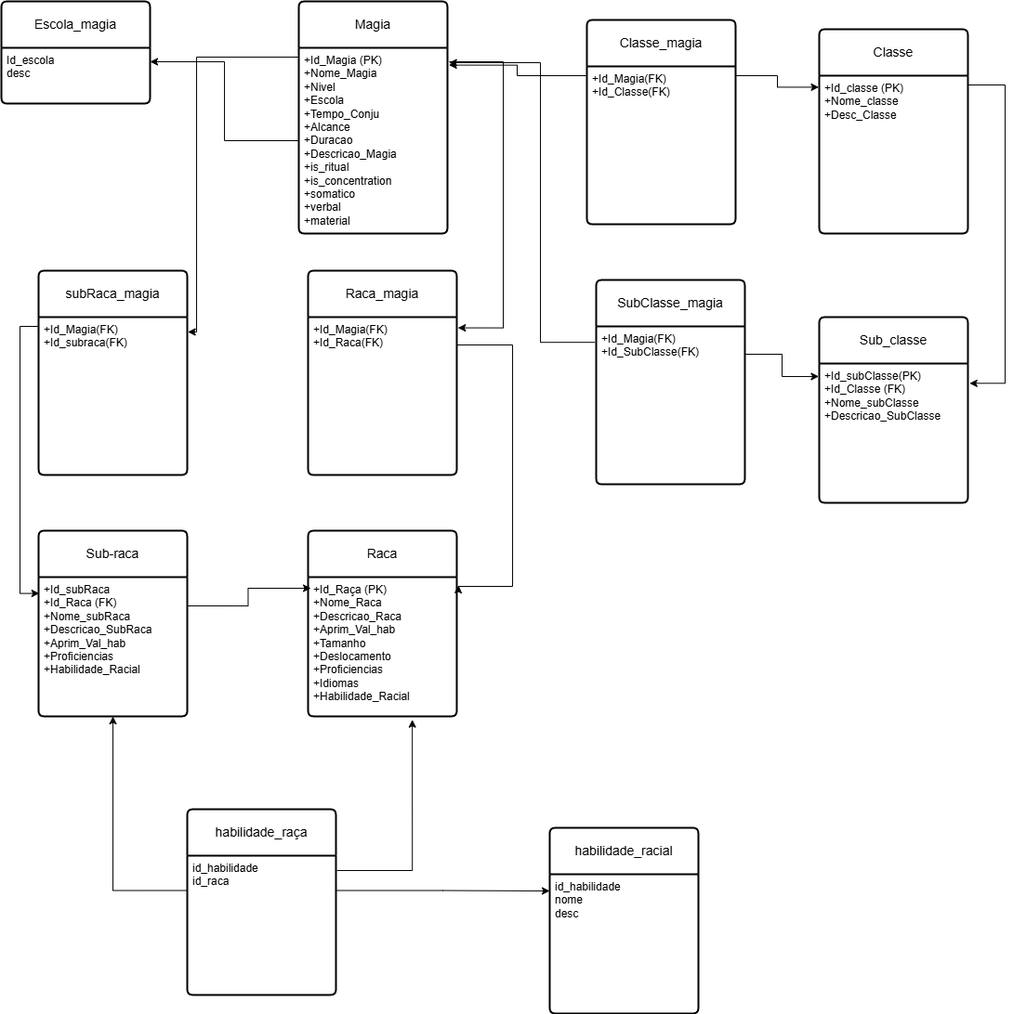
Above: Projeto/magias.drawio.png in VitorFonseca123/DnD-RPG (draw.io), before the change. Source tidied: cells renumbered, new cells last; positions are measured from the earlier drawing's top-left corner, leaving out a move shared by most shapes. Source of this version:
```xml
<mxGraphModel>
  <root>
    <mxCell id="0" />
    <mxCell id="1" parent="0" />
    <mxCell id="2" value="Magia" style="swimlane;horizontal=1;startSize=50;rounded=1;fontSize=14;fontStyle=0;strokeWidth=2;shadow=0;dashed=0;align=center;arcSize=4;whiteSpace=wrap;html=1;" parent="1" vertex="1">
      <mxGeometry x="320" width="160" height="250" as="geometry" />
    </mxCell>
    <mxCell id="3" value="+Id_Magia (PK)&lt;br&gt;+Nome_Magia&lt;div&gt;+Nivel&lt;/div&gt;&lt;div&gt;+Escola&lt;/div&gt;&lt;div&gt;+Tempo_Conju&amp;nbsp;&lt;div&gt;+Alcance&lt;/div&gt;&lt;div&gt;+Duracao&lt;/div&gt;&lt;div&gt;+Descricao_Magia&lt;/div&gt;&lt;/div&gt;&lt;div&gt;+is_ritual&lt;/div&gt;&lt;div&gt;+is_concentration&lt;/div&gt;&lt;div&gt;+somatico&lt;/div&gt;&lt;div&gt;+verbal&lt;/div&gt;&lt;div&gt;+material&lt;/div&gt;" style="align=left;strokeColor=none;fillColor=none;spacingLeft=4;spacingRight=4;fontSize=12;verticalAlign=top;html=1;whiteSpace=wrap;" parent="2" vertex="1">
      <mxGeometry y="50" width="160" height="200" as="geometry" />
    </mxCell>
    <mxCell id="4" value="Raca" style="swimlane;horizontal=1;startSize=50;rounded=1;fontSize=14;fontStyle=0;strokeWidth=2;shadow=0;dashed=0;align=center;arcSize=4;whiteSpace=wrap;html=1;rotation=0;" parent="1" vertex="1">
      <mxGeometry x="330" y="570" width="160" height="200" as="geometry" />
    </mxCell>
    <mxCell id="5" value="+Id_Raça (PK)&lt;br&gt;+Nome_Raca&lt;br&gt;&lt;div&gt;+Descricao_Raca&lt;br&gt;+Aprim_Val_hab&lt;div&gt;+Tamanho&lt;/div&gt;&lt;div&gt;+Deslocamento&lt;/div&gt;&lt;div&gt;+Proficiencias&lt;/div&gt;&lt;/div&gt;&lt;div&gt;+Idiomas&lt;/div&gt;&lt;div&gt;+Habilidade_Racial&lt;/div&gt;" style="align=left;strokeColor=none;fillColor=none;spacingLeft=4;spacingRight=4;fontSize=12;verticalAlign=top;html=1;whiteSpace=wrap;rotation=0;" parent="4" vertex="1">
      <mxGeometry y="50" width="160" height="150" as="geometry" />
    </mxCell>
    <mxCell id="6" value="Sub-raca" style="swimlane;horizontal=1;startSize=50;rounded=1;fontSize=14;fontStyle=0;strokeWidth=2;shadow=0;dashed=0;align=center;arcSize=4;whiteSpace=wrap;html=1;rotation=0;" parent="1" vertex="1">
      <mxGeometry x="40" y="570" width="160" height="200" as="geometry" />
    </mxCell>
    <mxCell id="7" value="+Id_subRaca&lt;div&gt;+Id_Raca (FK)&lt;br&gt;&lt;div&gt;+Nome_subRaca&lt;br&gt;+Descricao_SubRaca&lt;br&gt;+&lt;span style=&quot;background-color: transparent; color: light-dark(rgb(0, 0, 0), rgb(255, 255, 255));&quot;&gt;Aprim_Val_hab&lt;/span&gt;&lt;/div&gt;&lt;div&gt;&lt;span style=&quot;background-color: transparent; color: light-dark(rgb(0, 0, 0), rgb(255, 255, 255));&quot;&gt;+Proficiencias&lt;/span&gt;&lt;/div&gt;&lt;div&gt;&lt;span style=&quot;background-color: transparent; color: light-dark(rgb(0, 0, 0), rgb(255, 255, 255));&quot;&gt;+Habilidade_Racial&lt;/span&gt;&lt;/div&gt;&lt;/div&gt;" style="align=left;strokeColor=none;fillColor=none;spacingLeft=4;spacingRight=4;fontSize=12;verticalAlign=top;html=1;whiteSpace=wrap;" parent="6" vertex="1">
      <mxGeometry y="50" width="160" height="150" as="geometry" />
    </mxCell>
    <mxCell id="8" style="edgeStyle=orthogonalEdgeStyle;rounded=0;jettySize=auto;html=1;entryX=0.019;entryY=0.08;entryDx=0;entryDy=0;entryPerimeter=0;" parent="1" edge="1" target="5">
      <mxGeometry relative="1" as="geometry">
        <mxPoint x="200" y="651" as="sourcePoint" />
      </mxGeometry>
    </mxCell>
    <mxCell id="9" value="Raca_magia" style="swimlane;horizontal=1;startSize=50;rounded=1;fontSize=14;fontStyle=0;strokeWidth=2;shadow=0;dashed=0;align=center;arcSize=4;whiteSpace=wrap;html=1;" parent="1" vertex="1">
      <mxGeometry x="330" y="290" width="160" height="220" as="geometry" />
    </mxCell>
    <mxCell id="10" value="+Id_Magia(FK)&lt;div&gt;+Id_Raca(FK)&lt;/div&gt;" style="align=left;strokeColor=none;fillColor=none;spacingLeft=4;spacingRight=4;fontSize=12;verticalAlign=top;html=1;whiteSpace=wrap;" parent="9" vertex="1">
      <mxGeometry y="50" width="160" height="170" as="geometry" />
    </mxCell>
    <mxCell id="11" value="Classe" style="swimlane;horizontal=1;startSize=50;rounded=1;fontSize=14;fontStyle=0;strokeWidth=2;shadow=0;dashed=0;align=center;arcSize=4;whiteSpace=wrap;html=1;" parent="1" vertex="1">
      <mxGeometry x="880" y="30" width="160" height="220" as="geometry" />
    </mxCell>
    <mxCell id="12" value="+Id_classe (PK)&lt;br&gt;+Nome_classe&lt;div&gt;+Desc_Classe&lt;br&gt;&lt;div&gt;&lt;br&gt;&lt;/div&gt;&lt;/div&gt;" style="align=left;strokeColor=none;fillColor=none;spacingLeft=4;spacingRight=4;fontSize=12;verticalAlign=top;html=1;whiteSpace=wrap;" parent="11" vertex="1">
      <mxGeometry y="50" width="160" height="170" as="geometry" />
    </mxCell>
    <mxCell id="13" value="Sub_classe" style="swimlane;horizontal=1;startSize=50;rounded=1;fontSize=14;fontStyle=0;strokeWidth=2;shadow=0;dashed=0;align=center;arcSize=4;whiteSpace=wrap;html=1;rotation=0;" parent="1" vertex="1">
      <mxGeometry x="880" y="340" width="160" height="200" as="geometry" />
    </mxCell>
    <mxCell id="14" value="+Id_subClasse(PK)&lt;div&gt;+Id_Classe (FK)&lt;br&gt;&lt;div&gt;+Nome_subClasse&lt;br&gt;+Descricao_SubClasse&lt;br&gt;&lt;br&gt;&lt;/div&gt;&lt;/div&gt;" style="align=left;strokeColor=none;fillColor=none;spacingLeft=4;spacingRight=4;fontSize=12;verticalAlign=top;html=1;whiteSpace=wrap;" parent="13" vertex="1">
      <mxGeometry y="50" width="160" height="150" as="geometry" />
    </mxCell>
    <mxCell id="15" style="edgeStyle=orthogonalEdgeStyle;rounded=0;jettySize=auto;html=1;entryX=1.008;entryY=0.068;entryDx=0;entryDy=0;entryPerimeter=0;exitX=1.012;exitY=0.075;exitDx=0;exitDy=0;exitPerimeter=0;" parent="1" edge="1" source="3" target="10">
      <mxGeometry relative="1" as="geometry">
        <Array as="points">
          <mxPoint x="540" y="65" />
          <mxPoint x="540" y="352" />
        </Array>
      </mxGeometry>
    </mxCell>
    <mxCell id="16" style="edgeStyle=orthogonalEdgeStyle;rounded=0;jettySize=auto;html=1;entryX=1.012;entryY=0.06;entryDx=0;entryDy=0;entryPerimeter=0;" parent="1" edge="1" source="9" target="5">
      <mxGeometry relative="1" as="geometry">
        <Array as="points">
          <mxPoint x="550" y="370" />
          <mxPoint x="550" y="630" />
          <mxPoint x="492" y="630" />
        </Array>
      </mxGeometry>
    </mxCell>
    <mxCell id="17" value="subRaca_magia" style="swimlane;horizontal=1;startSize=50;rounded=1;fontSize=14;fontStyle=0;strokeWidth=2;shadow=0;dashed=0;align=center;arcSize=4;whiteSpace=wrap;html=1;" parent="1" vertex="1">
      <mxGeometry x="40" y="290" width="160" height="220" as="geometry" />
    </mxCell>
    <mxCell id="18" value="+Id_Magia(FK)&lt;div&gt;+Id_subraca(FK)&lt;/div&gt;" style="align=left;strokeColor=none;fillColor=none;spacingLeft=4;spacingRight=4;fontSize=12;verticalAlign=top;html=1;whiteSpace=wrap;" parent="17" vertex="1">
      <mxGeometry y="50" width="160" height="170" as="geometry" />
    </mxCell>
    <mxCell id="19" style="edgeStyle=orthogonalEdgeStyle;rounded=0;jettySize=auto;html=1;entryX=1.004;entryY=0.094;entryDx=0;entryDy=0;entryPerimeter=0;" parent="1" edge="1" source="3" target="18">
      <mxGeometry relative="1" as="geometry">
        <Array as="points">
          <mxPoint x="210" y="60" />
          <mxPoint x="210" y="356" />
        </Array>
      </mxGeometry>
    </mxCell>
    <mxCell id="20" style="edgeStyle=orthogonalEdgeStyle;rounded=0;jettySize=auto;html=1;entryX=0.005;entryY=0.117;entryDx=0;entryDy=0;entryPerimeter=0;" parent="1" edge="1" source="18" target="7">
      <mxGeometry relative="1" as="geometry">
        <Array as="points">
          <mxPoint x="20" y="350" />
          <mxPoint x="20" y="638" />
        </Array>
      </mxGeometry>
    </mxCell>
    <mxCell id="21" style="edgeStyle=orthogonalEdgeStyle;rounded=0;jettySize=auto;html=1;entryX=1.011;entryY=0.142;entryDx=0;entryDy=0;entryPerimeter=0;" parent="1" edge="1" source="12" target="14">
      <mxGeometry relative="1" as="geometry">
        <Array as="points">
          <mxPoint x="1080" y="90" />
          <mxPoint x="1080" y="411" />
        </Array>
      </mxGeometry>
    </mxCell>
    <mxCell id="22" value="Classe_magia" style="swimlane;horizontal=1;startSize=50;rounded=1;fontSize=14;fontStyle=0;strokeWidth=2;shadow=0;dashed=0;align=center;arcSize=4;whiteSpace=wrap;html=1;" parent="1" vertex="1">
      <mxGeometry x="630" y="20" width="160" height="220" as="geometry" />
    </mxCell>
    <mxCell id="23" value="+Id_Magia(FK)&lt;div&gt;+Id_Classe(FK)&lt;/div&gt;" style="align=left;strokeColor=none;fillColor=none;spacingLeft=4;spacingRight=4;fontSize=12;verticalAlign=top;html=1;whiteSpace=wrap;" parent="22" vertex="1">
      <mxGeometry y="50" width="160" height="170" as="geometry" />
    </mxCell>
    <mxCell id="24" style="edgeStyle=orthogonalEdgeStyle;rounded=0;jettySize=auto;html=1;entryX=-0.003;entryY=0.073;entryDx=0;entryDy=0;entryPerimeter=0;" parent="1" edge="1" source="23" target="12">
      <mxGeometry relative="1" as="geometry">
        <Array as="points">
          <mxPoint x="835" y="80" />
          <mxPoint x="835" y="92" />
        </Array>
      </mxGeometry>
    </mxCell>
    <mxCell id="25" style="edgeStyle=orthogonalEdgeStyle;rounded=0;jettySize=auto;html=1;entryX=1.01;entryY=0.093;entryDx=0;entryDy=0;entryPerimeter=0;" parent="1" edge="1" source="23" target="3">
      <mxGeometry relative="1" as="geometry">
        <Array as="points">
          <mxPoint x="555" y="80" />
          <mxPoint x="555" y="69" />
        </Array>
      </mxGeometry>
    </mxCell>
    <mxCell id="26" value="SubClasse_magia" style="swimlane;horizontal=1;startSize=50;rounded=1;fontSize=14;fontStyle=0;strokeWidth=2;shadow=0;dashed=0;align=center;arcSize=4;whiteSpace=wrap;html=1;" parent="1" vertex="1">
      <mxGeometry x="640" y="300" width="160" height="220" as="geometry" />
    </mxCell>
    <mxCell id="27" value="+Id_Magia(FK)&lt;div&gt;+Id_SubClasse(FK)&lt;/div&gt;" style="align=left;strokeColor=none;fillColor=none;spacingLeft=4;spacingRight=4;fontSize=12;verticalAlign=top;html=1;whiteSpace=wrap;" parent="26" vertex="1">
      <mxGeometry y="50" width="160" height="170" as="geometry" />
    </mxCell>
    <mxCell id="28" style="edgeStyle=orthogonalEdgeStyle;rounded=0;jettySize=auto;html=1;entryX=-0.003;entryY=0.093;entryDx=0;entryDy=0;entryPerimeter=0;" parent="1" edge="1" source="27" target="14">
      <mxGeometry relative="1" as="geometry">
        <Array as="points">
          <mxPoint x="840" y="380" />
          <mxPoint x="840" y="404" />
        </Array>
      </mxGeometry>
    </mxCell>
    <mxCell id="29" style="edgeStyle=orthogonalEdgeStyle;rounded=0;jettySize=auto;html=1;exitX=-0.009;exitY=0.101;exitDx=0;exitDy=0;entryX=1.011;entryY=0.08;entryDx=0;entryDy=0;entryPerimeter=0;exitPerimeter=0;" parent="1" edge="1" source="27" target="3">
      <mxGeometry relative="1" as="geometry">
        <Array as="points">
          <mxPoint x="580" y="367" />
          <mxPoint x="580" y="66" />
        </Array>
      </mxGeometry>
    </mxCell>
    <mxCell id="30" value="Escola_magia" style="swimlane;horizontal=1;startSize=50;rounded=1;fontSize=14;fontStyle=0;strokeWidth=2;shadow=0;dashed=0;align=center;arcSize=4;whiteSpace=wrap;html=1;" parent="1" vertex="1">
      <mxGeometry width="160" height="110" as="geometry" />
    </mxCell>
    <mxCell id="31" value="Id_escola&lt;div&gt;desc&lt;/div&gt;" style="align=left;strokeColor=none;fillColor=none;spacingLeft=4;spacingRight=4;fontSize=12;verticalAlign=top;html=1;whiteSpace=wrap;" parent="30" vertex="1">
      <mxGeometry y="50" width="160" height="60" as="geometry" />
    </mxCell>
    <mxCell id="32" style="edgeStyle=orthogonalEdgeStyle;rounded=0;jettySize=auto;html=1;exitX=0;exitY=0.5;exitDx=0;exitDy=0;entryX=1;entryY=0.25;entryDx=0;entryDy=0;" parent="1" edge="1" source="3" target="31">
      <mxGeometry relative="1" as="geometry" />
    </mxCell>
    <mxCell id="33" value="habilidade_racial" style="swimlane;horizontal=1;startSize=50;rounded=1;fontSize=14;fontStyle=0;strokeWidth=2;shadow=0;dashed=0;align=center;arcSize=4;whiteSpace=wrap;html=1;rotation=0;" parent="1" vertex="1">
      <mxGeometry x="590" y="890" width="160" height="200" as="geometry" />
    </mxCell>
    <mxCell id="34" value="id_habilidade&lt;div&gt;nome&lt;/div&gt;&lt;div&gt;desc&lt;/div&gt;" style="align=left;strokeColor=none;fillColor=none;spacingLeft=4;spacingRight=4;fontSize=12;verticalAlign=top;html=1;whiteSpace=wrap;" parent="33" vertex="1">
      <mxGeometry y="50" width="160" height="150" as="geometry" />
    </mxCell>
    <mxCell id="35" value="habilidade_raça" style="swimlane;horizontal=1;startSize=50;rounded=1;fontSize=14;fontStyle=0;strokeWidth=2;shadow=0;dashed=0;align=center;arcSize=4;whiteSpace=wrap;html=1;rotation=0;points=[[0,0,0,0,0],[0,0.25,0,0,0],[0,0.5,0,0,0],[0,0.75,0,0,0],[0,1,0,0,0],[0.25,0,0,0,0],[0.25,1,0,0,0],[0.5,0,0,0,0],[0.5,1,0,0,0],[0.75,0,0,0,0],[0.75,1,0,0,0],[1,0,0,0,0],[1,0.25,0,0,0],[1,0.33,0,1,0],[1,0.38,0,1,0],[1,0.42,0,0,0],[1,0.49,0,0,0],[1,0.55,0,1,0],[1,0.75,0,0,0],[1,1,0,0,0]];" parent="1" vertex="1">
      <mxGeometry x="200" y="870" width="160" height="200" as="geometry" />
    </mxCell>
    <mxCell id="36" value="id_habilidade&lt;div&gt;id_raca&lt;/div&gt;" style="align=left;strokeColor=none;fillColor=none;spacingLeft=4;spacingRight=4;fontSize=12;verticalAlign=top;html=1;whiteSpace=wrap;" parent="35" vertex="1">
      <mxGeometry y="50" width="160" height="150" as="geometry" />
    </mxCell>
    <mxCell id="37" style="edgeStyle=orthogonalEdgeStyle;rounded=0;jettySize=auto;html=1;exitX=1;exitY=0.25;exitDx=0;exitDy=0;entryX=0;entryY=0.12;entryDx=0;entryDy=0;entryPerimeter=0;" parent="1" edge="1" source="36" target="34">
      <mxGeometry relative="1" as="geometry" />
    </mxCell>
    <mxCell id="38" style="edgeStyle=orthogonalEdgeStyle;rounded=0;jettySize=auto;html=1;exitX=0;exitY=0.25;exitDx=0;exitDy=0;" parent="1" edge="1" source="36" target="7">
      <mxGeometry relative="1" as="geometry" />
    </mxCell>
    <mxCell id="39" style="edgeStyle=orthogonalEdgeStyle;rounded=0;jettySize=auto;html=1;exitX=1;exitY=0.33;exitDx=1;exitDy=0;exitPerimeter=0;entryX=0.701;entryY=1.024;entryDx=0;entryDy=0;entryPerimeter=0;" parent="1" edge="1" source="35" target="5">
      <mxGeometry relative="1" as="geometry" />
    </mxCell>
  </root>
</mxGraphModel>
```
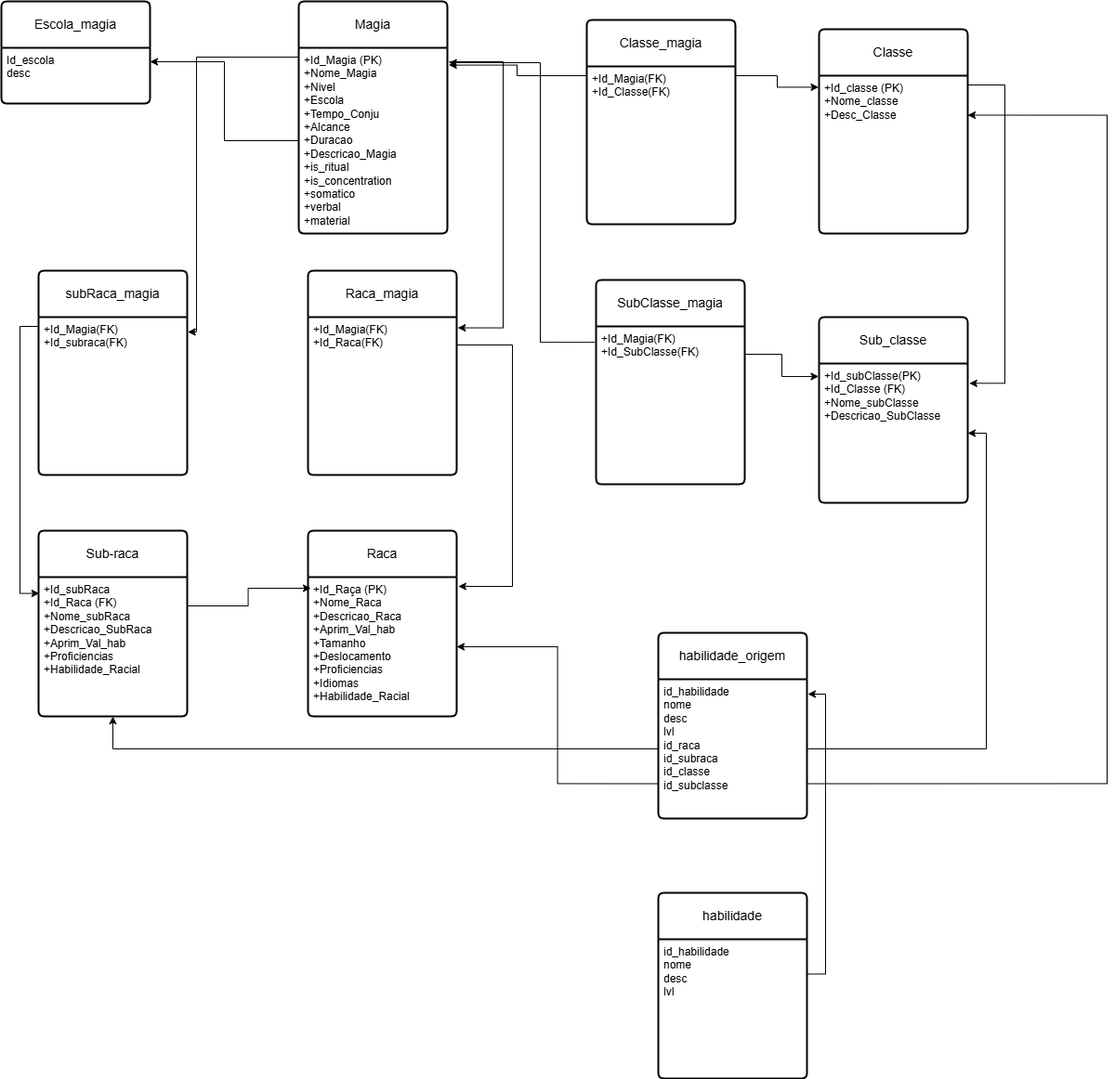
After the change.

Commit message:
generaliza habilidade

What changed in the source:
```diff
@@ -143,26 +143,37 @@
     <mxCell id="32" style="edgeStyle=orthogonalEdgeStyle;rounded=0;jettySize=auto;html=1;exitX=0;exitY=0.5;exitDx=0;exitDy=0;entryX=1;entryY=0.25;entryDx=0;entryDy=0;" parent="1" edge="1" source="3" target="31">
       <mxGeometry relative="1" as="geometry" />
     </mxCell>
-    <mxCell id="33" value="habilidade_racial" style="swimlane;horizontal=1;startSize=50;rounded=1;fontSize=14;fontStyle=0;strokeWidth=2;shadow=0;dashed=0;align=center;arcSize=4;whiteSpace=wrap;html=1;rotation=0;" parent="1" vertex="1">
-      <mxGeometry x="590" y="890" width="160" height="200" as="geometry" />
+    <mxCell id="33" value="habilidade" style="swimlane;horizontal=1;startSize=50;rounded=1;fontSize=14;fontStyle=0;strokeWidth=2;shadow=0;dashed=0;align=center;arcSize=4;whiteSpace=wrap;html=1;rotation=0;" parent="1" vertex="1">
+      <mxGeometry x="707" y="960" width="160" height="200" as="geometry" />
     </mxCell>
-    <mxCell id="34" value="id_habilidade&lt;div&gt;nome&lt;/div&gt;&lt;div&gt;desc&lt;/div&gt;" style="align=left;strokeColor=none;fillColor=none;spacingLeft=4;spacingRight=4;fontSize=12;verticalAlign=top;html=1;whiteSpace=wrap;" parent="33" vertex="1">
+    <mxCell id="34" value="id_habilidade&lt;div&gt;nome&lt;/div&gt;&lt;div&gt;desc&lt;/div&gt;&lt;div&gt;lvl&lt;/div&gt;" style="align=left;strokeColor=none;fillColor=none;spacingLeft=4;spacingRight=4;fontSize=12;verticalAlign=top;html=1;whiteSpace=wrap;" parent="33" vertex="1">
       <mxGeometry y="50" width="160" height="150" as="geometry" />
     </mxCell>
-    <mxCell id="35" value="habilidade_raça" style="swimlane;horizontal=1;startSize=50;rounded=1;fontSize=14;fontStyle=0;strokeWidth=2;shadow=0;dashed=0;align=center;arcSize=4;whiteSpace=wrap;html=1;rotation=0;points=[[0,0,0,0,0],[0,0.25,0,0,0],[0,0.5,0,0,0],[0,0.75,0,0,0],[0,1,0,0,0],[0.25,0,0,0,0],[0.25,1,0,0,0],[0.5,0,0,0,0],[0.5,1,0,0,0],[0.75,0,0,0,0],[0.75,1,0,0,0],[1,0,0,0,0],[1,0.25,0,0,0],[1,0.33,0,1,0],[1,0.38,0,1,0],[1,0.42,0,0,0],[1,0.49,0,0,0],[1,0.55,0,1,0],[1,0.75,0,0,0],[1,1,0,0,0]];" parent="1" vertex="1">
-      <mxGeometry x="200" y="870" width="160" height="200" as="geometry" />
-    </mxCell>
-    <mxCell id="36" value="id_habilidade&lt;div&gt;id_raca&lt;/div&gt;" style="align=left;strokeColor=none;fillColor=none;spacingLeft=4;spacingRight=4;fontSize=12;verticalAlign=top;html=1;whiteSpace=wrap;" parent="35" vertex="1">
-      <mxGeometry y="50" width="160" height="150" as="geometry" />
-    </mxCell>
-    <mxCell id="37" style="edgeStyle=orthogonalEdgeStyle;rounded=0;jettySize=auto;html=1;exitX=1;exitY=0.25;exitDx=0;exitDy=0;entryX=0;entryY=0.12;entryDx=0;entryDy=0;entryPerimeter=0;" parent="1" edge="1" source="36" target="34">
-      <mxGeometry relative="1" as="geometry" />
-    </mxCell>
-    <mxCell id="38" style="edgeStyle=orthogonalEdgeStyle;rounded=0;jettySize=auto;html=1;exitX=0;exitY=0.25;exitDx=0;exitDy=0;" parent="1" edge="1" source="36" target="7">
-      <mxGeometry relative="1" as="geometry" />
-    </mxCell>
-    <mxCell id="39" style="edgeStyle=orthogonalEdgeStyle;rounded=0;jettySize=auto;html=1;exitX=1;exitY=0.33;exitDx=1;exitDy=0;exitPerimeter=0;entryX=0.701;entryY=1.024;entryDx=0;entryDy=0;entryPerimeter=0;" parent="1" edge="1" source="35" target="5">
-      <mxGeometry relative="1" as="geometry" />
-    </mxCell>
+    <mxCell id="40" value="habilidade_origem" style="swimlane;horizontal=1;startSize=50;rounded=1;fontSize=14;fontStyle=0;strokeWidth=2;shadow=0;dashed=0;align=center;arcSize=4;whiteSpace=wrap;html=1;rotation=0;points=[[0,0,0,0,0],[0,0.25,0,0,0],[0,0.5,0,0,0],[0,0.75,0,0,0],[0,1,0,0,0],[0.25,0,0,0,0],[0.25,1,0,0,0],[0.5,0,0,0,0],[0.5,1,0,0,0],[0.75,0,0,0,0],[0.75,1,0,0,0],[1,0,0,0,0],[1,0.25,0,0,0],[1,0.33,0,1,0],[1,0.38,0,1,0],[1,0.42,0,0,0],[1,0.49,0,0,0],[1,0.55,0,1,0],[1,0.75,0,0,0],[1,1,0,0,0]];" parent="1" vertex="1">
+      <mxGeometry x="707" y="680" width="160" height="200" as="geometry" />
+    </mxCell>
+    <mxCell id="41" value="id_habilidade&lt;div&gt;nome&lt;/div&gt;&lt;div&gt;desc&lt;/div&gt;&lt;div&gt;lvl&lt;/div&gt;&lt;div&gt;id_raca&lt;/div&gt;&lt;div&gt;id_subraca&lt;/div&gt;&lt;div&gt;id_classe&lt;/div&gt;&lt;div&gt;id_subclasse&lt;/div&gt;&lt;div&gt;&lt;br&gt;&lt;/div&gt;" style="align=left;strokeColor=none;fillColor=none;spacingLeft=4;spacingRight=4;fontSize=12;verticalAlign=top;html=1;whiteSpace=wrap;" parent="40" vertex="1">
+      <mxGeometry y="50" width="160" height="150" as="geometry" />
+    </mxCell>
+    <mxCell id="42" style="edgeStyle=orthogonalEdgeStyle;rounded=0;jettySize=auto;html=1;exitX=1;exitY=0.25;exitDx=0;exitDy=0;entryX=1;entryY=0.33;entryDx=1;entryDy=0;entryPerimeter=0;" parent="1" edge="1" source="34" target="40">
+      <mxGeometry relative="1" as="geometry" />
+    </mxCell>
+    <mxCell id="43" style="edgeStyle=orthogonalEdgeStyle;rounded=0;jettySize=auto;html=1;exitX=0;exitY=0.75;exitDx=0;exitDy=0;" parent="1" edge="1" source="41" target="5">
+      <mxGeometry relative="1" as="geometry" />
+    </mxCell>
+    <mxCell id="44" style="edgeStyle=orthogonalEdgeStyle;rounded=0;jettySize=auto;html=1;exitX=0;exitY=0.5;exitDx=0;exitDy=0;entryX=0.5;entryY=1;entryDx=0;entryDy=0;" parent="1" edge="1" source="41" target="7">
+      <mxGeometry relative="1" as="geometry" />
+    </mxCell>
+    <mxCell id="45" style="edgeStyle=orthogonalEdgeStyle;rounded=0;jettySize=auto;html=1;exitX=1;exitY=0.5;exitDx=0;exitDy=0;entryX=1;entryY=0.5;entryDx=0;entryDy=0;" parent="1" edge="1" source="41" target="14">
+      <mxGeometry relative="1" as="geometry" />
+    </mxCell>
+    <mxCell id="46" style="edgeStyle=orthogonalEdgeStyle;rounded=0;jettySize=auto;html=1;exitX=1;exitY=0.75;exitDx=0;exitDy=0;entryX=1;entryY=0.25;entryDx=0;entryDy=0;" parent="1" edge="1" source="41" target="12">
+      <mxGeometry relative="1" as="geometry">
+        <Array as="points">
+          <mxPoint x="1190" y="842" />
+          <mxPoint x="1190" y="123" />
+        </Array>
+      </mxGeometry>
+    </mxCell>
   </root>
 </mxGraphModel>
```
